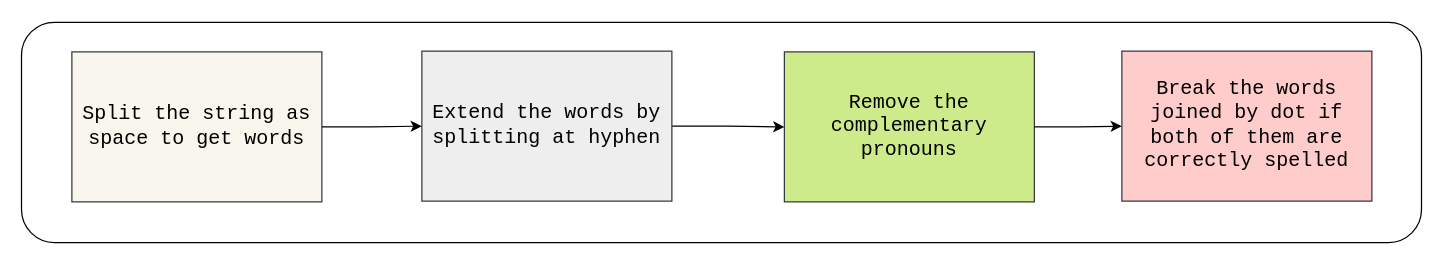
The draw.io diagram documents/Report/diagrams/string_split/string_split_v1.drawio in ravinitheshreddy/Enriching-RICH-Data, before the edit. Source tidied: cells renumbered, new cells numbered last; positions are measured from the earlier drawing's top-left corner, leaving out a move shared by most shapes. Both pictures are drawn from the tidied source at 125%, with x=0, y=0 at pixel (71, -569).
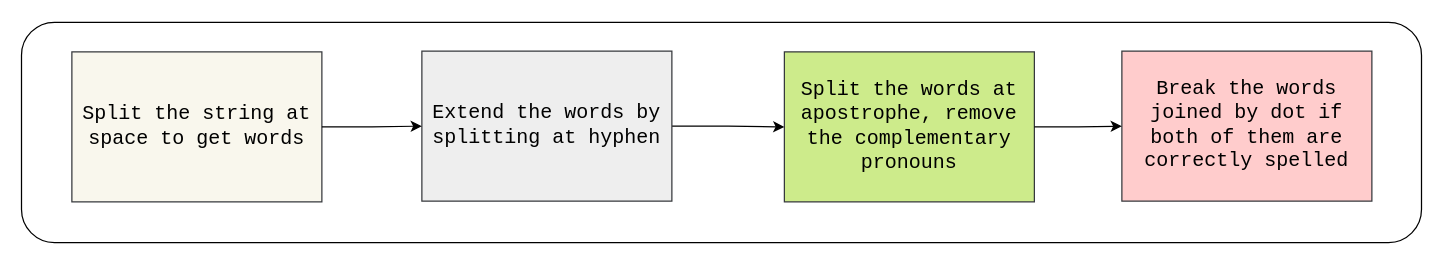
After the change.

The edit, as a diff of the source:
```diff
@@
 <mxGraphModel>
   <root>
     <mxCell id="0" />
     <mxCell id="1" parent="0" />
     <mxCell id="2" style="rounded=1;whiteSpace=wrap;html=1;fillColor=none;rotation=-90;" parent="1" vertex="1">
       <mxGeometry x="431.6" y="0.4" width="176.2" height="1120" as="geometry" />
     </mxCell>
-    <mxCell id="3" value="Split the string as space to get words" style="rounded=0;whiteSpace=wrap;html=1;direction=west;flipH=0;flipV=1;fillColor=#f9f7ed;strokeColor=#36393d;fontSize=16;fontFamily=Courier New;" parent="1" vertex="1">
+    <mxCell id="3" value="Split the string at space to get words" style="rounded=0;whiteSpace=wrap;html=1;direction=west;flipH=0;flipV=1;fillColor=#f9f7ed;strokeColor=#36393d;fontSize=16;fontFamily=Courier New;" parent="1" vertex="1">
       <mxGeometry y="496" width="200" height="120" as="geometry" />
     </mxCell>
-    <mxCell id="4" value="Remove the complementary pronouns" style="rounded=0;whiteSpace=wrap;html=1;direction=west;flipH=0;flipV=1;fillColor=#cdeb8b;strokeColor=#36393d;fontSize=16;fontFamily=Courier New;" parent="1" vertex="1">
+    <mxCell id="4" value="Split the words at apostrophe, remove the complementary pronouns" style="rounded=0;whiteSpace=wrap;html=1;direction=west;flipH=0;flipV=1;fillColor=#cdeb8b;strokeColor=#36393d;fontSize=16;fontFamily=Courier New;" parent="1" vertex="1">
       <mxGeometry x="570" y="496" width="200" height="120" as="geometry" />
     </mxCell>
     <mxCell id="5" value="Break the words joined by dot if both of them are correctly spelled" style="rounded=0;whiteSpace=wrap;html=1;direction=west;flipH=0;flipV=1;fillColor=#ffcccc;strokeColor=#36393d;fontSize=16;fontFamily=Courier New;" parent="1" vertex="1">
       <mxGeometry x="840" y="495.4" width="200" height="120" as="geometry" />
     </mxCell>
     <mxCell id="6" style="edgeStyle=orthogonalEdgeStyle;rounded=0;jettySize=auto;html=1;exitX=0;exitY=0.5;exitDx=0;exitDy=0;" parent="1" edge="1" source="4" target="5">
       <mxGeometry relative="1" as="geometry" />
     </mxCell>
     <mxCell id="7" style="edgeStyle=orthogonalEdgeStyle;rounded=0;jettySize=auto;html=1;exitX=0;exitY=0.5;exitDx=0;exitDy=0;entryX=1;entryY=0.5;entryDx=0;entryDy=0;" parent="1" edge="1" source="8" target="4">
       <mxGeometry relative="1" as="geometry" />
     </mxCell>
     <mxCell id="8" value="Extend the words by splitting at hyphen" style="rounded=0;whiteSpace=wrap;html=1;direction=west;flipH=0;flipV=1;fillColor=#eeeeee;strokeColor=#36393d;fontSize=16;fontFamily=Courier New;" parent="1" vertex="1">
       <mxGeometry x="280" y="495.4" width="200" height="120" as="geometry" />
     </mxCell>
     <mxCell id="9" style="edgeStyle=orthogonalEdgeStyle;rounded=0;jettySize=auto;html=1;exitX=0;exitY=0.5;exitDx=0;exitDy=0;entryX=1;entryY=0.5;entryDx=0;entryDy=0;" parent="1" edge="1" source="3" target="8">
       <mxGeometry relative="1" as="geometry" />
     </mxCell>
   </root>
 </mxGraphModel>
```
